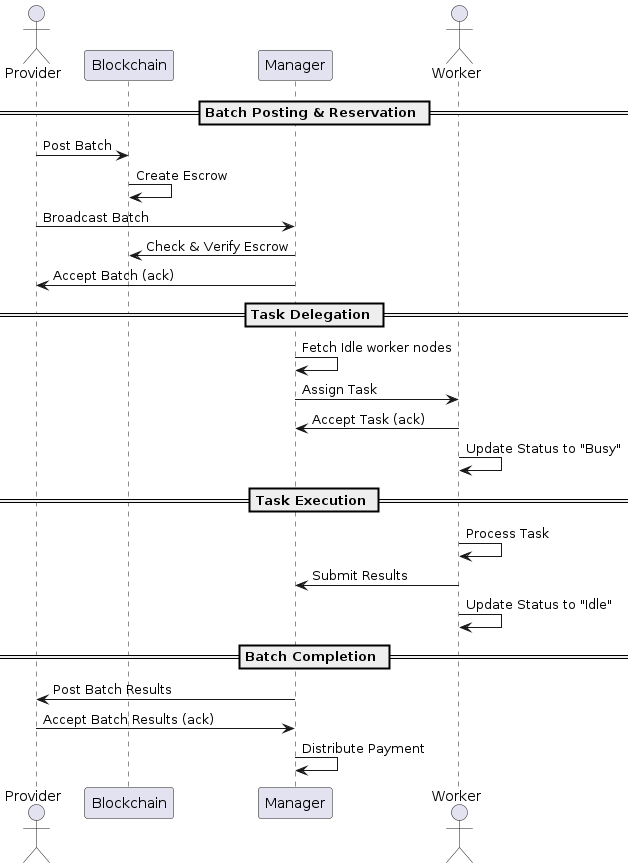
Earlier version of the PlantUML export docs/public/diagrams/sequence.png (effectai/engine).
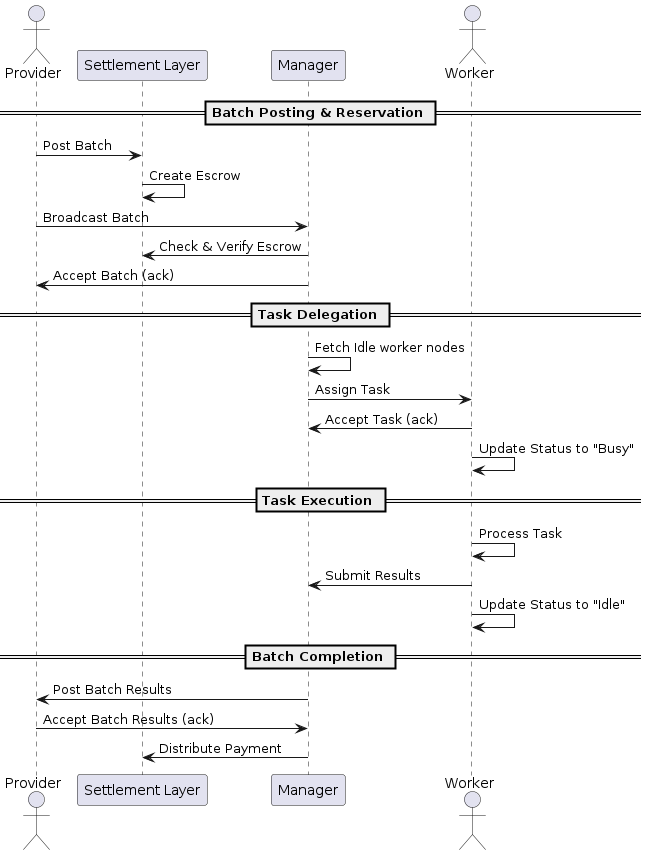
Later version of the same file.

Diff of the diagram source:
```diff
@@ -1,15 +1,15 @@
 @startuml
 
 actor Provider
-participant Blockchain
+participant "Settlement Layer" as SettlementLayer
 participant Manager
 actor Worker
 
 == Batch Posting & Reservation ==
-Provider -> Blockchain: Post Batch
-Blockchain -> Blockchain: Create Escrow
+Provider -> SettlementLayer: Post Batch
+SettlementLayer -> SettlementLayer: Create Escrow
 Provider -> Manager: Broadcast Batch
-Manager -> Blockchain: Check & Verify Escrow
+Manager -> SettlementLayer: Check & Verify Escrow
 Manager -> Provider: Accept Batch (ack)
 
 == Task Delegation ==
@@ -26,6 +26,6 @@
 == Batch Completion ==
 Manager -> Provider: Post Batch Results
 Provider -> Manager: Accept Batch Results (ack)
-Manager -> Manager: Distribute Payment
+Manager -> SettlementLayer: Distribute Payment
 
 @enduml
```
